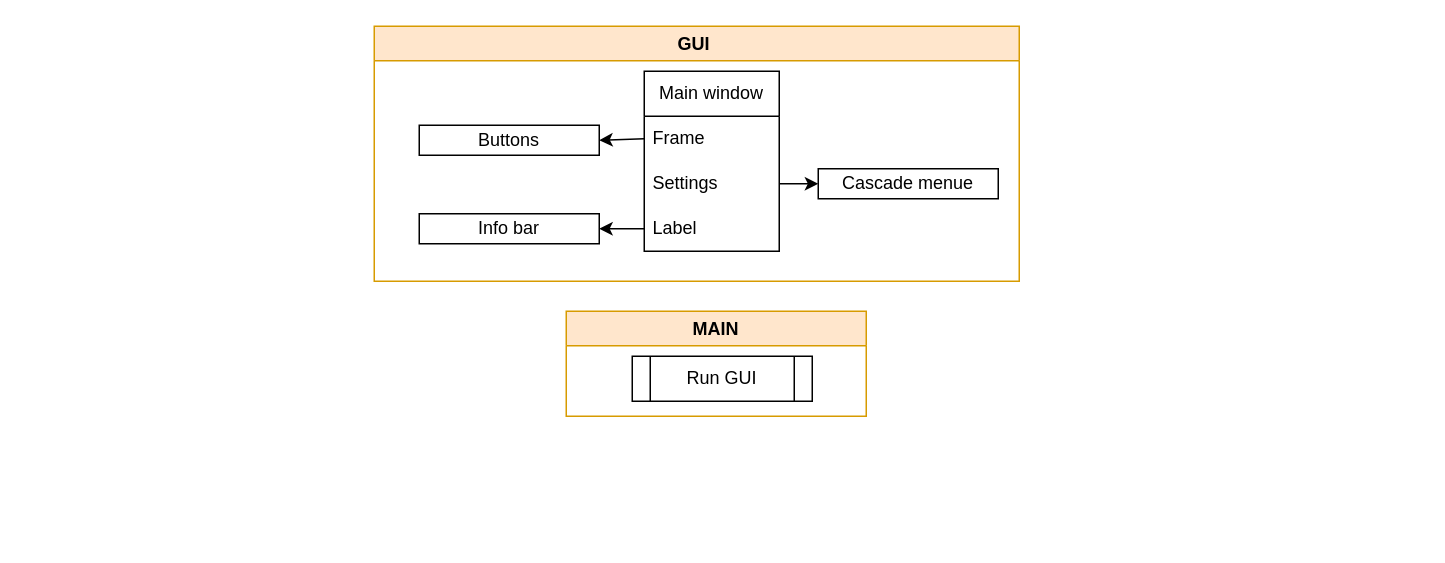
The draw.io diagram Диаграмма без названия.drawio in V-i-a-c-h-e-s-l-a-v/minesweeper, before the edit. Source tidied: cells renumbered, new cells numbered last; positions are measured from the earlier drawing's top-left corner, leaving out a move shared by most shapes. Both pictures are drawn from the tidied source at 150%, with x=0, y=0 at pixel (374, 26).
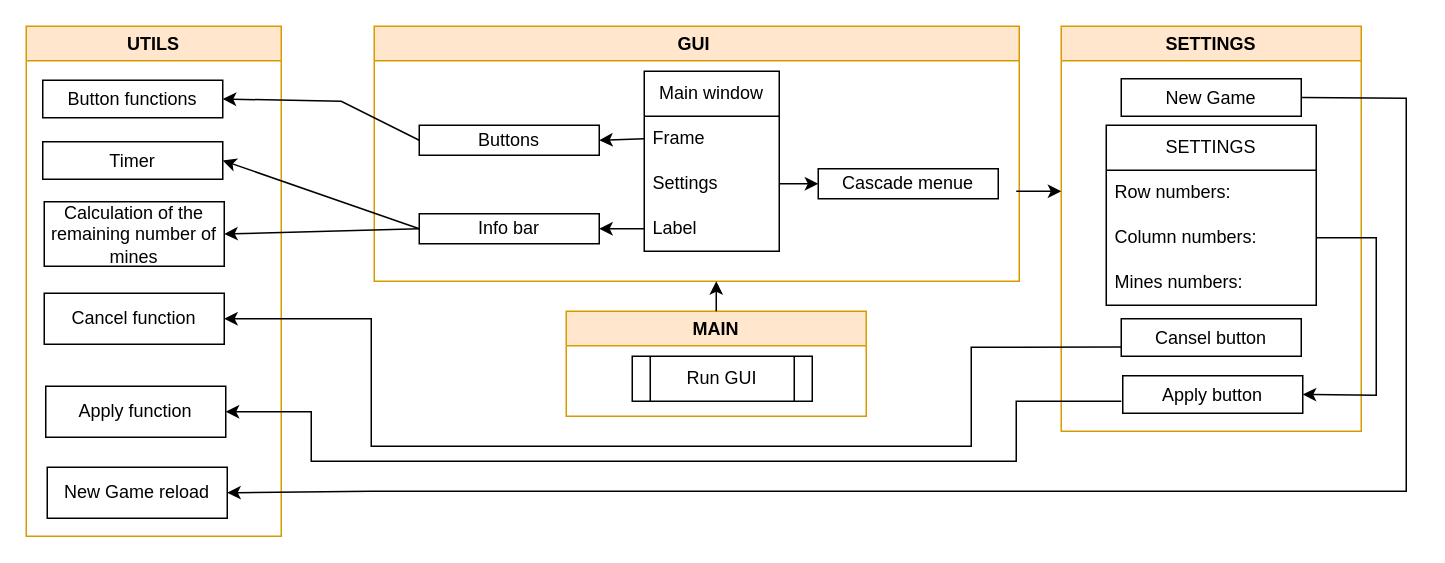
Above is the later version.

Unchanged cells that the change refers to:
```xml
<mxCell id="7" value="Buttons" style="rounded=0;whiteSpace=wrap;html=1;" parent="2" vertex="1">
  <mxGeometry x="30" y="66" width="120" height="20" as="geometry" />
</mxCell>
<mxCell id="9" value="Info bar" style="rounded=0;whiteSpace=wrap;html=1;" parent="2" vertex="1">
  <mxGeometry x="30" y="125" width="120" height="20" as="geometry" />
</mxCell>
<mxCell id="13" value="MAIN" style="swimlane;whiteSpace=wrap;html=1;fillColor=#ffe6cc;strokeColor=#d79b00;" parent="1" vertex="1">
  <mxGeometry x="128" y="190" width="200" height="70" as="geometry" />
</mxCell>
```

Diff of the diagram source:
```diff
@@
+    <mxCell id="15" style="endArrow=classic;html=1;rounded=0;exitX=0.5;exitY=0;exitDx=0;exitDy=0;" parent="1" edge="1" source="13">
+      <mxGeometry relative="1" as="geometry">
+        <mxPoint x="228" y="170" as="targetPoint" />
+      </mxGeometry>
+    </mxCell>
+    <mxCell id="16" value="UTILS" style="swimlane;whiteSpace=wrap;html=1;fillColor=#ffe6cc;strokeColor=#d79b00;" parent="1" vertex="1">
+      <mxGeometry x="-232" width="170" height="340" as="geometry" />
+    </mxCell>
+    <mxCell id="17" value="Button functions" style="rounded=0;whiteSpace=wrap;html=1;" parent="16" vertex="1">
+      <mxGeometry x="11" y="36" width="120" height="25" as="geometry" />
+    </mxCell>
+    <mxCell id="18" value="New Game reload" style="rounded=0;whiteSpace=wrap;html=1;" parent="16" vertex="1">
+      <mxGeometry x="14" y="294" width="120" height="34" as="geometry" />
+    </mxCell>
+    <mxCell id="19" value="Cancel function" style="rounded=0;whiteSpace=wrap;html=1;" parent="16" vertex="1">
+      <mxGeometry x="12" y="178" width="120" height="34" as="geometry" />
+    </mxCell>
+    <mxCell id="20" value="Apply function" style="rounded=0;whiteSpace=wrap;html=1;" parent="16" vertex="1">
+      <mxGeometry x="13" y="240" width="120" height="34" as="geometry" />
+    </mxCell>
+    <mxCell id="21" style="endArrow=classic;html=1;rounded=0;entryX=1;entryY=0.5;entryDx=0;entryDy=0;exitX=0;exitY=0.5;exitDx=0;exitDy=0;" parent="1" edge="1" source="7" target="17">
+      <mxGeometry relative="1" as="geometry">
+        <Array as="points">
+          <mxPoint x="-22" y="50" />
+        </Array>
+      </mxGeometry>
+    </mxCell>
+    <mxCell id="22" value="Timer" style="rounded=0;whiteSpace=wrap;html=1;" parent="1" vertex="1">
+      <mxGeometry x="-221" y="77" width="120" height="25" as="geometry" />
+    </mxCell>
+    <mxCell id="23" value="Calculation of the remaining number of mines" style="rounded=0;whiteSpace=wrap;html=1;" parent="1" vertex="1">
+      <mxGeometry x="-220" y="117" width="120" height="43" as="geometry" />
+    </mxCell>
+    <mxCell id="24" style="endArrow=classic;html=1;rounded=0;entryX=1;entryY=0.5;entryDx=0;entryDy=0;exitX=0;exitY=0.5;exitDx=0;exitDy=0;" parent="1" edge="1" source="9" target="22">
+      <mxGeometry relative="1" as="geometry" />
+    </mxCell>
+    <mxCell id="25" style="endArrow=classic;html=1;rounded=0;entryX=1;entryY=0.5;entryDx=0;entryDy=0;exitX=0;exitY=0.5;exitDx=0;exitDy=0;" parent="1" edge="1" source="9" target="23">
+      <mxGeometry relative="1" as="geometry" />
+    </mxCell>
+    <mxCell id="26" value="SETTINGS" style="swimlane;whiteSpace=wrap;html=1;fillColor=#ffe6cc;strokeColor=#d79b00;" parent="1" vertex="1">
+      <mxGeometry x="458" width="200" height="270" as="geometry" />
+    </mxCell>
+    <mxCell id="27" value="New Game" style="rounded=0;whiteSpace=wrap;html=1;" parent="26" vertex="1">
+      <mxGeometry x="40" y="35" width="120" height="25" as="geometry" />
+    </mxCell>
+    <mxCell id="28" value="SETTINGS" style="swimlane;fontStyle=0;horizontal=1;startSize=30;whiteSpace=wrap;html=1;" parent="26" vertex="1">
+      <mxGeometry x="30" y="66" width="140" height="120" as="geometry" />
+    </mxCell>
+    <mxCell id="29" value="Row numbers:" style="text;strokeColor=none;fillColor=none;align=left;verticalAlign=middle;spacingLeft=4;spacingRight=4;overflow=hidden;whiteSpace=wrap;html=1;" parent="28" vertex="1">
+      <mxGeometry y="30" width="140" height="30" as="geometry" />
+    </mxCell>
+    <mxCell id="30" value="Column numbers:" style="text;strokeColor=none;fillColor=none;align=left;verticalAlign=middle;spacingLeft=4;spacingRight=4;overflow=hidden;points=[[0,0.5],[1,0.5]];portConstraint=eastwest;whiteSpace=wrap;html=1;" parent="28" vertex="1">
+      <mxGeometry y="60" width="140" height="30" as="geometry" />
+    </mxCell>
+    <mxCell id="31" value="Mines numbers:" style="text;strokeColor=none;fillColor=none;align=left;verticalAlign=middle;spacingLeft=4;spacingRight=4;overflow=hidden;whiteSpace=wrap;html=1;" parent="28" vertex="1">
+      <mxGeometry y="90" width="140" height="30" as="geometry" />
+    </mxCell>
+    <mxCell id="32" value="Cansel button" style="rounded=0;whiteSpace=wrap;html=1;" parent="26" vertex="1">
+      <mxGeometry x="40" y="195" width="120" height="25" as="geometry" />
+    </mxCell>
+    <mxCell id="33" style="endArrow=classic;html=1;rounded=0;" parent="1" edge="1">
+      <mxGeometry relative="1" as="geometry">
+        <mxPoint x="428" y="110" as="sourcePoint" />
+        <mxPoint x="458" y="110" as="targetPoint" />
+      </mxGeometry>
+    </mxCell>
+    <mxCell id="34" value="Apply button" style="rounded=0;whiteSpace=wrap;html=1;" parent="1" vertex="1">
+      <mxGeometry x="499" y="233" width="120" height="25" as="geometry" />
+    </mxCell>
+    <mxCell id="35" style="endArrow=classic;html=1;rounded=0;exitX=1;exitY=0.5;exitDx=0;exitDy=0;entryX=1;entryY=0.5;entryDx=0;entryDy=0;" parent="1" edge="1" source="27" target="18">
+      <mxGeometry relative="1" as="geometry">
+        <Array as="points">
+          <mxPoint x="688" y="48" />
+          <mxPoint x="688" y="310" />
+          <mxPoint x="268" y="310" />
+          <mxPoint x="-2" y="310" />
+        </Array>
+      </mxGeometry>
+    </mxCell>
+    <mxCell id="36" style="endArrow=classic;html=1;rounded=0;entryX=1;entryY=0.5;entryDx=0;entryDy=0;exitX=0;exitY=0.75;exitDx=0;exitDy=0;" parent="1" edge="1" source="32" target="19">
+      <mxGeometry relative="1" as="geometry">
+        <Array as="points">
+          <mxPoint x="398" y="214" />
+          <mxPoint x="398" y="280" />
+          <mxPoint x="-2" y="280" />
+          <mxPoint x="-2" y="195" />
+        </Array>
+      </mxGeometry>
+    </mxCell>
+    <mxCell id="37" style="endArrow=classic;html=1;rounded=0;entryX=1;entryY=0.5;entryDx=0;entryDy=0;" parent="1" edge="1" target="20">
+      <mxGeometry relative="1" as="geometry">
+        <mxPoint x="498" y="250" as="sourcePoint" />
+        <Array as="points">
+          <mxPoint x="428" y="250" />
+          <mxPoint x="428" y="290" />
+          <mxPoint x="228" y="290" />
+          <mxPoint x="-42" y="290" />
+          <mxPoint x="-42" y="257" />
+        </Array>
+      </mxGeometry>
+    </mxCell>
+    <mxCell id="38" style="endArrow=classic;html=1;rounded=0;exitX=1;exitY=0.5;exitDx=0;exitDy=0;entryX=1;entryY=0.5;entryDx=0;entryDy=0;" parent="1" edge="1" source="30" target="34">
+      <mxGeometry relative="1" as="geometry">
+        <Array as="points">
+          <mxPoint x="668" y="141" />
+          <mxPoint x="668" y="246" />
+        </Array>
+      </mxGeometry>
+    </mxCell>
```
